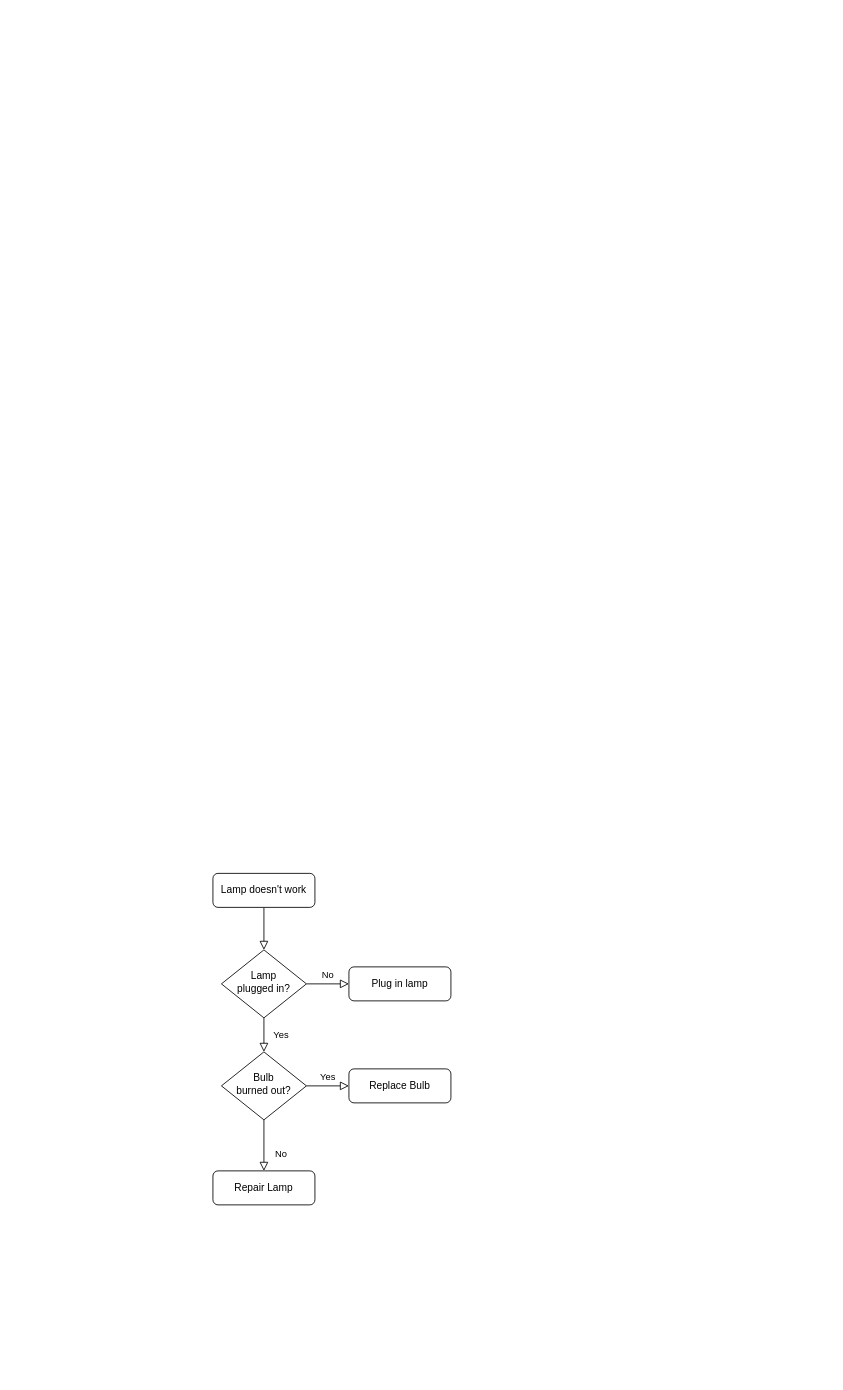
Above: APS.drawio in CongMinYin/flow (draw.io), before the change. Source tidied: cells renumbered, new cells numbered last; positions are measured from the earlier drawing's top-left corner, leaving out a move shared by most shapes. Both pictures are drawn from the tidied source at 85%, with x=0, y=0 at pixel (212, 873).
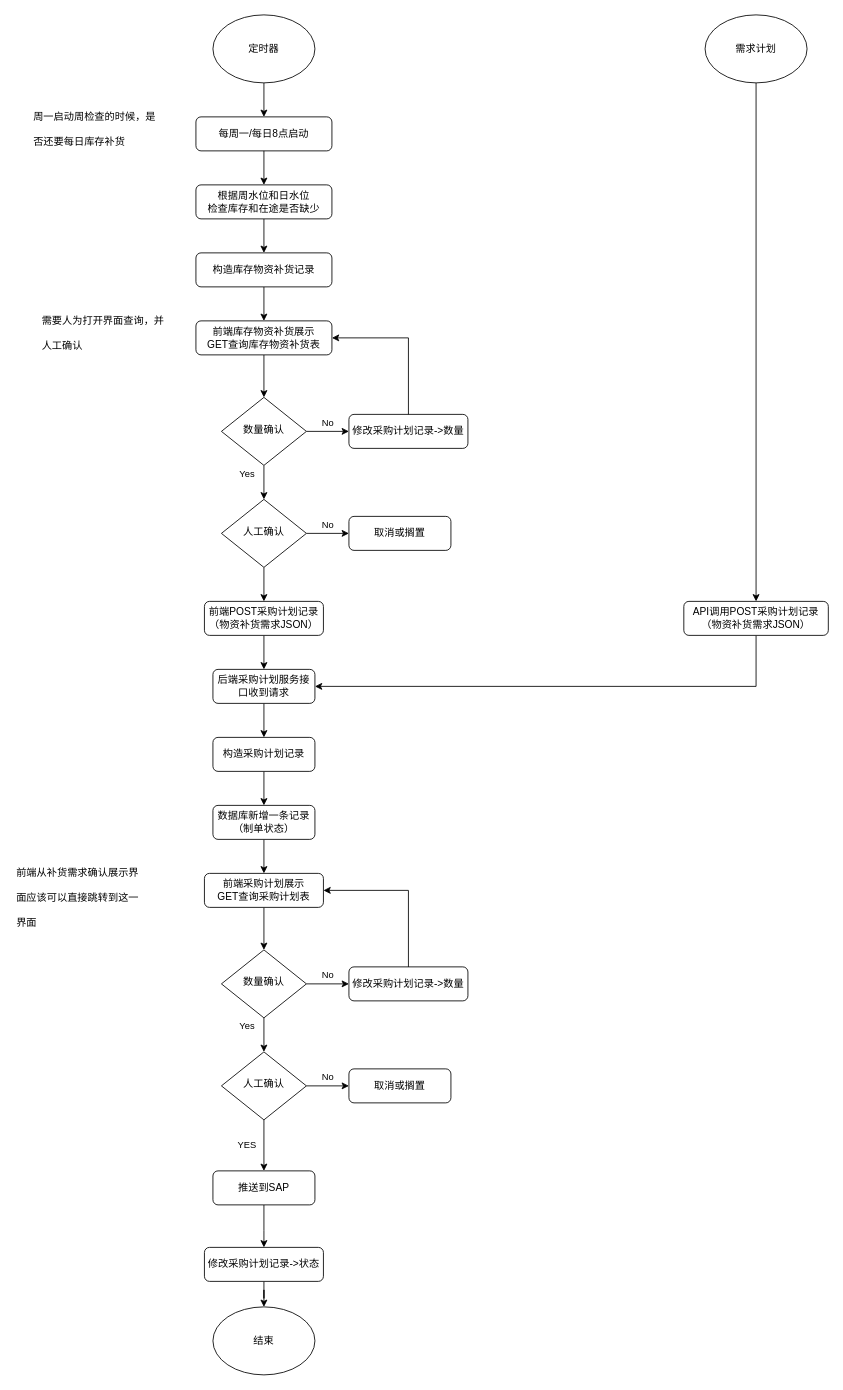
The same page after the edit.

Diff of the diagram source:
```diff
@@
-    <mxCell id="2" style="rounded=0;html=1;jettySize=auto;fontSize=11;endArrow=block;endFill=0;endSize=8;strokeWidth=1;shadow=0;labelBackgroundColor=none;edgeStyle=orthogonalEdgeStyle;" parent="1" edge="1" source="3" target="6">
+    <mxCell id="2" style="rounded=0;html=1;jettySize=auto;fontSize=11;endArrow=classic;endFill=1;endSize=6;strokeWidth=1;shadow=0;labelBackgroundColor=none;edgeStyle=orthogonalEdgeStyle;" parent="1" edge="1" source="3" target="6">
       <mxGeometry relative="1" as="geometry" />
     </mxCell>
-    <mxCell id="3" value="Lamp doesn't work" style="rounded=1;whiteSpace=wrap;html=1;fontSize=12;glass=0;strokeWidth=1;shadow=0;" parent="1" vertex="1">
-      <mxGeometry width="120" height="40" as="geometry" />
+    <mxCell id="3" value="前端采购计划展示&lt;div&gt;GET查询采购计划表&lt;/div&gt;" style="rounded=1;whiteSpace=wrap;html=1;fontSize=12;glass=0;strokeWidth=1;shadow=0;" parent="1" vertex="1">
+      <mxGeometry x="-10" width="140" height="40" as="geometry" />
     </mxCell>
-    <mxCell id="4" value="Yes" style="rounded=0;html=1;jettySize=auto;fontSize=11;endArrow=block;endFill=0;endSize=8;strokeWidth=1;shadow=0;labelBackgroundColor=none;edgeStyle=orthogonalEdgeStyle;" parent="1" edge="1" source="6" target="10">
-      <mxGeometry y="20" relative="1" as="geometry" />
+    <mxCell id="4" value="Yes" style="rounded=0;html=1;jettySize=auto;fontSize=11;endArrow=classic;endFill=1;endSize=6;strokeWidth=1;shadow=0;labelBackgroundColor=none;edgeStyle=orthogonalEdgeStyle;" parent="1" edge="1" source="6" target="10">
+      <mxGeometry x="-0.5" y="-20" relative="1" as="geometry" />
     </mxCell>
-    <mxCell id="5" value="No" style="edgeStyle=orthogonalEdgeStyle;rounded=0;html=1;jettySize=auto;fontSize=11;endArrow=block;endFill=0;endSize=8;strokeWidth=1;shadow=0;labelBackgroundColor=none;" parent="1" edge="1" source="6" target="7">
+    <mxCell id="5" value="No" style="edgeStyle=orthogonalEdgeStyle;rounded=0;html=1;jettySize=auto;fontSize=11;endArrow=classic;endFill=1;endSize=6;strokeWidth=1;shadow=0;labelBackgroundColor=none;" parent="1" edge="1" source="6" target="7">
       <mxGeometry y="10" relative="1" as="geometry" />
     </mxCell>
-    <mxCell id="6" value="Lamp&lt;br&gt;plugged in?" style="rhombus;whiteSpace=wrap;html=1;shadow=0;fontFamily=Helvetica;fontSize=12;align=center;strokeWidth=1;spacing=6;spacingTop=-4;" parent="1" vertex="1">
+    <mxCell id="6" value="数量确认" style="rhombus;whiteSpace=wrap;html=1;shadow=0;fontFamily=Helvetica;fontSize=12;align=center;strokeWidth=1;spacing=6;spacingTop=-4;" parent="1" vertex="1">
       <mxGeometry x="10" y="90" width="100" height="80" as="geometry" />
     </mxCell>
-    <mxCell id="7" value="Plug in lamp" style="rounded=1;whiteSpace=wrap;html=1;fontSize=12;glass=0;strokeWidth=1;shadow=0;" parent="1" vertex="1">
-      <mxGeometry x="160" y="110" width="120" height="40" as="geometry" />
+    <mxCell id="7" value="修改采购计划记录-&amp;gt;数量" style="rounded=1;whiteSpace=wrap;html=1;fontSize=12;glass=0;strokeWidth=1;shadow=0;" parent="1" vertex="1">
+      <mxGeometry x="160" y="110" width="140" height="40" as="geometry" />
     </mxCell>
-    <mxCell id="8" value="No" style="rounded=0;html=1;jettySize=auto;fontSize=11;endArrow=block;endFill=0;endSize=8;strokeWidth=1;shadow=0;labelBackgroundColor=none;edgeStyle=orthogonalEdgeStyle;" parent="1" edge="1" source="10" target="11">
-      <mxGeometry x="0.33" y="20" relative="1" as="geometry" />
+    <mxCell id="8" value="YES" style="rounded=0;html=1;jettySize=auto;fontSize=11;endArrow=classic;endFill=1;strokeWidth=1;shadow=0;labelBackgroundColor=none;edgeStyle=orthogonalEdgeStyle;" parent="1" edge="1" source="10" target="11">
+      <mxGeometry y="-20" relative="1" as="geometry" />
     </mxCell>
-    <mxCell id="9" value="Yes" style="edgeStyle=orthogonalEdgeStyle;rounded=0;html=1;jettySize=auto;fontSize=11;endArrow=block;endFill=0;endSize=8;strokeWidth=1;shadow=0;labelBackgroundColor=none;" parent="1" edge="1" source="10" target="12">
+    <mxCell id="9" value="No" style="edgeStyle=orthogonalEdgeStyle;rounded=0;html=1;jettySize=auto;fontSize=11;endArrow=classic;endFill=1;endSize=6;strokeWidth=1;shadow=0;labelBackgroundColor=none;" parent="1" edge="1" source="10" target="12">
       <mxGeometry y="10" relative="1" as="geometry" />
     </mxCell>
-    <mxCell id="10" value="Bulb&lt;br&gt;burned out?" style="rhombus;whiteSpace=wrap;html=1;shadow=0;fontFamily=Helvetica;fontSize=12;align=center;strokeWidth=1;spacing=6;spacingTop=-4;" parent="1" vertex="1">
+    <mxCell id="10" value="人工确认" style="rhombus;whiteSpace=wrap;html=1;shadow=0;fontFamily=Helvetica;fontSize=12;align=center;strokeWidth=1;spacing=6;spacingTop=-4;" parent="1" vertex="1">
       <mxGeometry x="10" y="210" width="100" height="80" as="geometry" />
     </mxCell>
+    <mxCell id="13" style="edgeStyle=orthogonalEdgeStyle;rounded=0;jettySize=auto;html=1;exitX=0.5;exitY=1;exitDx=0;exitDy=0;entryX=0.5;entryY=0;entryDx=0;entryDy=0;" parent="1" edge="1" source="11" target="16">
+      <mxGeometry relative="1" as="geometry">
+        <Array as="points">
+          <mxPoint x="60" y="420" />
+          <mxPoint x="60" y="420" />
+        </Array>
+      </mxGeometry>
+    </mxCell>
-    <mxCell id="11" value="Repair Lamp" style="rounded=1;whiteSpace=wrap;html=1;fontSize=12;glass=0;strokeWidth=1;shadow=0;" parent="1" vertex="1">
+    <mxCell id="11" value="推送到SAP" style="rounded=1;whiteSpace=wrap;html=1;fontSize=12;glass=0;strokeWidth=1;shadow=0;" parent="1" vertex="1">
       <mxGeometry y="350" width="120" height="40" as="geometry" />
     </mxCell>
-    <mxCell id="12" value="Replace Bulb" style="rounded=1;whiteSpace=wrap;html=1;fontSize=12;glass=0;strokeWidth=1;shadow=0;" parent="1" vertex="1">
+    <mxCell id="12" value="取消或搁置" style="rounded=1;whiteSpace=wrap;html=1;fontSize=12;glass=0;strokeWidth=1;shadow=0;" parent="1" vertex="1">
       <mxGeometry x="160" y="230" width="120" height="40" as="geometry" />
     </mxCell>
+    <mxCell id="14" style="edgeStyle=orthogonalEdgeStyle;rounded=0;html=1;jettySize=auto;fontSize=11;endArrow=classic;endFill=1;endSize=6;strokeWidth=1;shadow=0;labelBackgroundColor=none;exitX=0.5;exitY=0;exitDx=0;exitDy=0;entryX=1;entryY=0.5;entryDx=0;entryDy=0;" parent="1" edge="1" source="7" target="3">
+      <mxGeometry y="10" relative="1" as="geometry">
+        <Array as="points">
+          <mxPoint x="230" y="20" />
+        </Array>
+      </mxGeometry>
+    </mxCell>
+    <mxCell id="15" style="edgeStyle=orthogonalEdgeStyle;rounded=0;jettySize=auto;html=1;exitX=0.5;exitY=1;exitDx=0;exitDy=0;" parent="1" edge="1" source="16" target="17">
+      <mxGeometry relative="1" as="geometry" />
+    </mxCell>
+    <mxCell id="16" value="修改采购计划记录-&amp;gt;状态" style="rounded=1;whiteSpace=wrap;html=1;fontSize=12;glass=0;strokeWidth=1;shadow=0;" parent="1" vertex="1">
+      <mxGeometry x="-10" y="440" width="140" height="40" as="geometry" />
+    </mxCell>
+    <mxCell id="17" value="结束" style="ellipse;whiteSpace=wrap;html=1;" parent="1" vertex="1">
+      <mxGeometry y="510" width="120" height="80" as="geometry" />
+    </mxCell>
+    <mxCell id="18" style="edgeStyle=orthogonalEdgeStyle;rounded=0;jettySize=auto;html=1;exitX=0.5;exitY=1;exitDx=0;exitDy=0;entryX=0.5;entryY=0;entryDx=0;entryDy=0;" parent="1" edge="1" source="19" target="3">
+      <mxGeometry relative="1" as="geometry" />
+    </mxCell>
+    <mxCell id="19" value="数据库新增一条记录（制单状态）" style="rounded=1;whiteSpace=wrap;html=1;fontSize=12;glass=0;strokeWidth=1;shadow=0;" parent="1" vertex="1">
+      <mxGeometry y="-80" width="120" height="40" as="geometry" />
+    </mxCell>
+    <mxCell id="20" style="edgeStyle=orthogonalEdgeStyle;rounded=0;jettySize=auto;html=1;exitX=0.5;exitY=1;exitDx=0;exitDy=0;entryX=0.5;entryY=0;entryDx=0;entryDy=0;" parent="1" edge="1" source="21" target="19">
+      <mxGeometry relative="1" as="geometry" />
+    </mxCell>
+    <mxCell id="21" value="构造采购计划记录" style="rounded=1;whiteSpace=wrap;html=1;fontSize=12;glass=0;strokeWidth=1;shadow=0;" parent="1" vertex="1">
+      <mxGeometry y="-160" width="120" height="40" as="geometry" />
+    </mxCell>
+    <mxCell id="22" style="edgeStyle=orthogonalEdgeStyle;rounded=0;jettySize=auto;html=1;exitX=0.5;exitY=1;exitDx=0;exitDy=0;entryX=0.5;entryY=0;entryDx=0;entryDy=0;" parent="1" edge="1" source="23" target="21">
+      <mxGeometry relative="1" as="geometry" />
+    </mxCell>
+    <mxCell id="23" value="后端采购计划服务接口收到请求" style="rounded=1;whiteSpace=wrap;html=1;fontSize=12;glass=0;strokeWidth=1;shadow=0;" parent="1" vertex="1">
+      <mxGeometry y="-240" width="120" height="40" as="geometry" />
+    </mxCell>
+    <mxCell id="24" style="edgeStyle=orthogonalEdgeStyle;rounded=0;jettySize=auto;html=1;exitX=0.5;exitY=1;exitDx=0;exitDy=0;entryX=0.5;entryY=0;entryDx=0;entryDy=0;" parent="1" edge="1" source="25" target="23">
+      <mxGeometry relative="1" as="geometry" />
+    </mxCell>
+    <mxCell id="25" value="前端POST采购计划记录（物资补货需求JSON）" style="rounded=1;whiteSpace=wrap;html=1;fontSize=12;glass=0;strokeWidth=1;shadow=0;" parent="1" vertex="1">
+      <mxGeometry x="-10" y="-320" width="140" height="40" as="geometry" />
+    </mxCell>
+    <mxCell id="26" style="rounded=0;html=1;jettySize=auto;fontSize=11;endArrow=classic;endFill=1;endSize=6;strokeWidth=1;shadow=0;labelBackgroundColor=none;edgeStyle=orthogonalEdgeStyle;" parent="1" edge="1" source="27" target="30">
+      <mxGeometry relative="1" as="geometry" />
+    </mxCell>
+    <mxCell id="27" value="前端库存物资补货展示&lt;div&gt;GET查询库存物资补货表&lt;/div&gt;" style="rounded=1;whiteSpace=wrap;html=1;fontSize=12;glass=0;strokeWidth=1;shadow=0;" parent="1" vertex="1">
+      <mxGeometry x="-20" y="-650" width="160" height="40" as="geometry" />
+    </mxCell>
+    <mxCell id="28" value="Yes" style="rounded=0;html=1;jettySize=auto;fontSize=11;endArrow=classic;endFill=1;endSize=6;strokeWidth=1;shadow=0;labelBackgroundColor=none;edgeStyle=orthogonalEdgeStyle;" parent="1" edge="1" source="30" target="34">
+      <mxGeometry x="-0.5" y="-20" relative="1" as="geometry" />
+    </mxCell>
+    <mxCell id="29" value="No" style="edgeStyle=orthogonalEdgeStyle;rounded=0;html=1;jettySize=auto;fontSize=11;endArrow=classic;endFill=1;endSize=6;strokeWidth=1;shadow=0;labelBackgroundColor=none;" parent="1" edge="1" source="30" target="31">
+      <mxGeometry y="10" relative="1" as="geometry" />
+    </mxCell>
+    <mxCell id="30" value="数量确认" style="rhombus;whiteSpace=wrap;html=1;shadow=0;fontFamily=Helvetica;fontSize=12;align=center;strokeWidth=1;spacing=6;spacingTop=-4;" parent="1" vertex="1">
+      <mxGeometry x="10" y="-560" width="100" height="80" as="geometry" />
+    </mxCell>
+    <mxCell id="31" value="修改采购计划记录-&amp;gt;数量" style="rounded=1;whiteSpace=wrap;html=1;fontSize=12;glass=0;strokeWidth=1;shadow=0;" parent="1" vertex="1">
+      <mxGeometry x="160" y="-540" width="140" height="40" as="geometry" />
+    </mxCell>
+    <mxCell id="32" value="No" style="edgeStyle=orthogonalEdgeStyle;rounded=0;html=1;jettySize=auto;fontSize=11;endArrow=classic;endFill=1;endSize=6;strokeWidth=1;shadow=0;labelBackgroundColor=none;" parent="1" edge="1" source="34" target="35">
+      <mxGeometry y="10" relative="1" as="geometry" />
+    </mxCell>
+    <mxCell id="33" style="edgeStyle=orthogonalEdgeStyle;rounded=0;jettySize=auto;html=1;exitX=0.5;exitY=1;exitDx=0;exitDy=0;entryX=0.5;entryY=0;entryDx=0;entryDy=0;" parent="1" edge="1" source="34" target="25">
+      <mxGeometry relative="1" as="geometry" />
+    </mxCell>
+    <mxCell id="34" value="人工确认" style="rhombus;whiteSpace=wrap;html=1;shadow=0;fontFamily=Helvetica;fontSize=12;align=center;strokeWidth=1;spacing=6;spacingTop=-4;" parent="1" vertex="1">
+      <mxGeometry x="10" y="-440" width="100" height="80" as="geometry" />
+    </mxCell>
+    <mxCell id="35" value="取消或搁置" style="rounded=1;whiteSpace=wrap;html=1;fontSize=12;glass=0;strokeWidth=1;shadow=0;" parent="1" vertex="1">
+      <mxGeometry x="160" y="-420" width="120" height="40" as="geometry" />
+    </mxCell>
+    <mxCell id="36" style="edgeStyle=orthogonalEdgeStyle;rounded=0;html=1;jettySize=auto;fontSize=11;endArrow=classic;endFill=1;endSize=6;strokeWidth=1;shadow=0;labelBackgroundColor=none;exitX=0.5;exitY=0;exitDx=0;exitDy=0;entryX=1;entryY=0.5;entryDx=0;entryDy=0;" parent="1" edge="1" source="31" target="27">
+      <mxGeometry y="10" relative="1" as="geometry">
+        <Array as="points">
+          <mxPoint x="230" y="-630" />
+        </Array>
+      </mxGeometry>
+    </mxCell>
+    <mxCell id="37" value="&lt;h1 style=&quot;margin-top: 0px;&quot;&gt;&lt;span style=&quot;background-color: transparent; color: light-dark(rgb(0, 0, 0), rgb(255, 255, 255)); font-size: 12px; font-weight: normal;&quot;&gt;前端从补货需求确认展示界面应该可以直接跳转到这一界面&lt;/span&gt;&lt;/h1&gt;" style="text;html=1;whiteSpace=wrap;overflow=hidden;rounded=0;" parent="1" vertex="1">
+      <mxGeometry x="-233" y="-25" width="150" height="90" as="geometry" />
+    </mxCell>
+    <mxCell id="38" value="&lt;h1 style=&quot;margin-top: 0px;&quot;&gt;&lt;span style=&quot;background-color: transparent; color: light-dark(rgb(0, 0, 0), rgb(255, 255, 255)); font-size: 12px; font-weight: normal;&quot;&gt;需要人为打开界面查询，并人工确认&lt;/span&gt;&lt;/h1&gt;" style="text;html=1;whiteSpace=wrap;overflow=hidden;rounded=0;" parent="1" vertex="1">
+      <mxGeometry x="-203" y="-675" width="150" height="90" as="geometry" />
+    </mxCell>
+    <mxCell id="39" style="edgeStyle=orthogonalEdgeStyle;rounded=0;jettySize=auto;html=1;exitX=0.5;exitY=1;exitDx=0;exitDy=0;entryX=0.5;entryY=0;entryDx=0;entryDy=0;" parent="1" edge="1" source="40" target="27">
+      <mxGeometry relative="1" as="geometry" />
+    </mxCell>
+    <mxCell id="40" value="构造库存物资补货记录" style="rounded=1;whiteSpace=wrap;html=1;fontSize=12;glass=0;strokeWidth=1;shadow=0;" parent="1" vertex="1">
+      <mxGeometry x="-20" y="-730" width="160" height="40" as="geometry" />
+    </mxCell>
+    <mxCell id="41" style="edgeStyle=orthogonalEdgeStyle;rounded=0;jettySize=auto;html=1;exitX=0.5;exitY=1;exitDx=0;exitDy=0;entryX=0.5;entryY=0;entryDx=0;entryDy=0;" parent="1" edge="1" source="42" target="40">
+      <mxGeometry relative="1" as="geometry" />
+    </mxCell>
+    <mxCell id="42" value="根据周水位和日水位&lt;div&gt;检查库存和在途是否缺少&lt;/div&gt;" style="rounded=1;whiteSpace=wrap;html=1;fontSize=12;glass=0;strokeWidth=1;shadow=0;" parent="1" vertex="1">
+      <mxGeometry x="-20" y="-810" width="160" height="40" as="geometry" />
+    </mxCell>
+    <mxCell id="43" style="edgeStyle=orthogonalEdgeStyle;rounded=0;jettySize=auto;html=1;exitX=0.5;exitY=1;exitDx=0;exitDy=0;entryX=0.5;entryY=0;entryDx=0;entryDy=0;" parent="1" edge="1" source="44" target="45">
+      <mxGeometry relative="1" as="geometry" />
+    </mxCell>
+    <mxCell id="44" value="定时器" style="ellipse;whiteSpace=wrap;html=1;" parent="1" vertex="1">
+      <mxGeometry y="-1010" width="120" height="80" as="geometry" />
+    </mxCell>
+    <mxCell id="45" value="每周一/每日8点启动" style="rounded=1;whiteSpace=wrap;html=1;fontSize=12;glass=0;strokeWidth=1;shadow=0;" parent="1" vertex="1">
+      <mxGeometry x="-20" y="-890" width="160" height="40" as="geometry" />
+    </mxCell>
+    <mxCell id="46" style="edgeStyle=orthogonalEdgeStyle;rounded=0;jettySize=auto;html=1;exitX=0.5;exitY=1;exitDx=0;exitDy=0;entryX=0.5;entryY=0;entryDx=0;entryDy=0;" parent="1" edge="1" source="45" target="42">
+      <mxGeometry relative="1" as="geometry" />
+    </mxCell>
+    <mxCell id="47" value="&lt;h1 style=&quot;margin-top: 0px;&quot;&gt;&lt;span style=&quot;background-color: transparent; color: light-dark(rgb(0, 0, 0), rgb(255, 255, 255)); font-size: 12px; font-weight: normal;&quot;&gt;周一启动周检查的时候，是否还要每日库存补货&lt;/span&gt;&lt;/h1&gt;" style="text;html=1;whiteSpace=wrap;overflow=hidden;rounded=0;" parent="1" vertex="1">
+      <mxGeometry x="-213" y="-915" width="150" height="90" as="geometry" />
+    </mxCell>
+    <mxCell id="48" style="edgeStyle=orthogonalEdgeStyle;rounded=0;jettySize=auto;html=1;exitX=0.5;exitY=1;exitDx=0;exitDy=0;entryX=1;entryY=0.5;entryDx=0;entryDy=0;" parent="1" edge="1" source="49" target="23">
+      <mxGeometry relative="1" as="geometry" />
+    </mxCell>
+    <mxCell id="49" value="API调用POST采购计划记录（物资补货需求JSON）" style="rounded=1;whiteSpace=wrap;html=1;fontSize=12;glass=0;strokeWidth=1;shadow=0;" parent="1" vertex="1">
+      <mxGeometry x="554" y="-320" width="170" height="40" as="geometry" />
+    </mxCell>
+    <mxCell id="50" style="edgeStyle=orthogonalEdgeStyle;rounded=0;jettySize=auto;html=1;exitX=0.5;exitY=1;exitDx=0;exitDy=0;" parent="1" edge="1" source="51" target="49">
+      <mxGeometry relative="1" as="geometry" />
+    </mxCell>
+    <mxCell id="51" value="需求计划" style="ellipse;whiteSpace=wrap;html=1;" parent="1" vertex="1">
+      <mxGeometry x="579" y="-1010" width="120" height="80" as="geometry" />
+    </mxCell>
```
